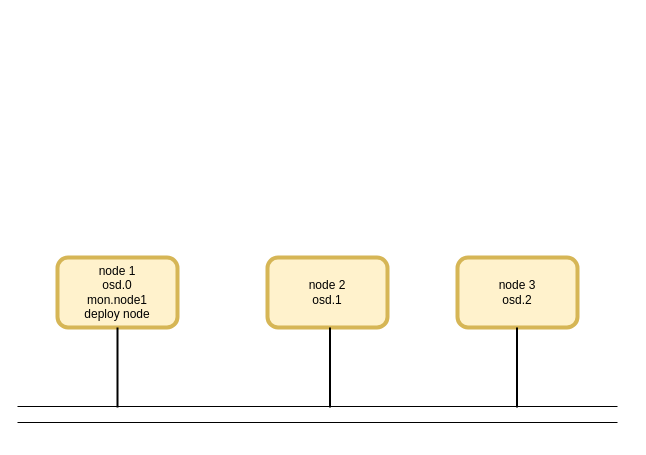
Earlier version of the draw.io diagram images/d1.drawio (hungnt1/CEPH_Research). Source tidied: cells renumbered, new cells numbered last; positions are measured from the earlier drawing's top-left corner, leaving out a move shared by most shapes. Both pictures are drawn from the tidied source at 100%, with x=0, y=0 at pixel (17, 257).
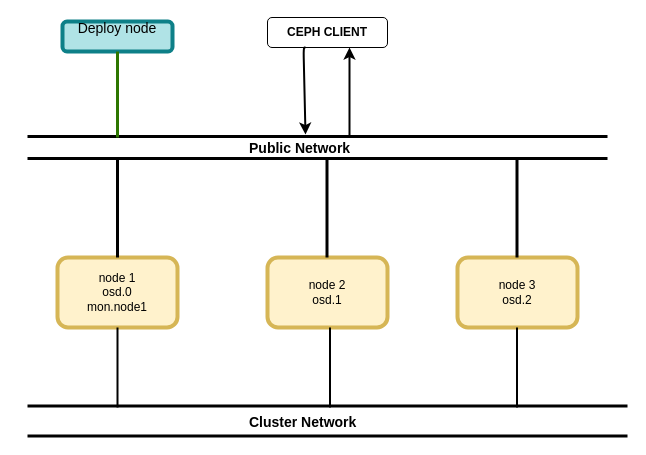
After the change.

Change to the diagram source:
```diff
@@
-    <mxCell id="2" value="&lt;br&gt;&lt;br&gt;node 1&lt;br&gt;osd.0&lt;br&gt;mon.node1&lt;br&gt;deploy node&lt;br&gt;&lt;br&gt;&lt;br&gt;" style="rounded=1;whiteSpace=wrap;html=1;fillColor=#fff2cc;strokeColor=#d6b656;strokeWidth=4;" parent="1" vertex="1">
+    <mxCell id="2" value="node 1&lt;br&gt;osd.0&lt;br&gt;mon.node1&lt;br&gt;" style="rounded=1;whiteSpace=wrap;html=1;fillColor=#fff2cc;strokeColor=#d6b656;strokeWidth=4;" parent="1" vertex="1">
       <mxGeometry x="40" width="120" height="70" as="geometry" />
     </mxCell>
@@
-    <mxCell id="5" style="shape=link;html=1;width=16;" parent="1" edge="1">
+    <mxCell id="5" style="shape=link;html=1;width=28;strokeWidth=3;" parent="1" edge="1">
       <mxGeometry relative="1" as="geometry">
-        <mxPoint y="157" as="sourcePoint" />
-        <mxPoint x="600" y="157" as="targetPoint" />
+        <mxPoint x="10" y="163.5" as="sourcePoint" />
+        <mxPoint x="610" y="163.5" as="targetPoint" />
       </mxGeometry>
     </mxCell>
@@
+    <mxCell id="9" value="&lt;b&gt;&lt;font style=&quot;font-size: 14px&quot;&gt;Cluster Network&lt;/font&gt;&lt;/b&gt;" style="text;html=1;align=left;verticalAlign=top;spacingTop=-4;" parent="1" vertex="1">
+      <mxGeometry x="230" y="154" width="120" height="20" as="geometry" />
+    </mxCell>
+    <mxCell id="10" style="shape=link;html=1;strokeWidth=3;width=20;" parent="1" edge="1">
+      <mxGeometry relative="1" as="geometry">
+        <mxPoint x="10" y="-110" as="sourcePoint" />
+        <mxPoint x="590" y="-110" as="targetPoint" />
+      </mxGeometry>
+    </mxCell>
+    <mxCell id="11" value="&lt;b style=&quot;font-size: 14px&quot;&gt;Public Network&lt;br&gt;&lt;/b&gt;&lt;br&gt;" style="text;html=1;align=left;verticalAlign=top;spacingTop=-4;" parent="1" vertex="1">
+      <mxGeometry x="230" y="-120" width="120" height="30" as="geometry" />
+    </mxCell>
+    <mxCell id="12" style="endArrow=none;html=1;strokeWidth=3;" parent="1" edge="1" source="2">
+      <mxGeometry relative="1" as="geometry">
+        <mxPoint x="100" y="-100" as="targetPoint" />
+      </mxGeometry>
+    </mxCell>
+    <mxCell id="13" style="endArrow=none;html=1;strokeWidth=3;" parent="1" edge="1">
+      <mxGeometry relative="1" as="geometry">
+        <mxPoint x="309.5" as="sourcePoint" />
+        <mxPoint x="309.5" y="-100" as="targetPoint" />
+      </mxGeometry>
+    </mxCell>
+    <mxCell id="14" style="endArrow=none;html=1;strokeWidth=3;" parent="1" edge="1">
+      <mxGeometry relative="1" as="geometry">
+        <mxPoint x="499.5" as="sourcePoint" />
+        <mxPoint x="499.5" y="-100" as="targetPoint" />
+      </mxGeometry>
+    </mxCell>
+    <mxCell id="15" value="&lt;b&gt;CEPH CLIENT&lt;/b&gt;" style="rounded=1;whiteSpace=wrap;html=1;" parent="1" vertex="1">
+      <mxGeometry x="250" y="-240" width="120" height="30" as="geometry" />
+    </mxCell>
+    <mxCell id="16" style="endArrow=classic;html=1;strokeWidth=2;entryX=0.6;entryY=-0.1;entryDx=0;entryDy=0;entryPerimeter=0;" parent="1" edge="1">
+      <mxGeometry relative="1" as="geometry">
+        <mxPoint x="288" y="-210" as="sourcePoint" />
+        <mxPoint x="288" y="-123" as="targetPoint" />
+        <Array as="points">
+          <mxPoint x="286" y="-210" />
+        </Array>
+      </mxGeometry>
+    </mxCell>
+    <mxCell id="17" style="endArrow=classic;html=1;strokeWidth=2;" parent="1" edge="1">
+      <mxGeometry relative="1" as="geometry">
+        <mxPoint x="332" y="-120" as="sourcePoint" />
+        <mxPoint x="332" y="-210" as="targetPoint" />
+      </mxGeometry>
+    </mxCell>
+    <mxCell id="18" value="&lt;div style=&quot;text-align: center ; font-size: 14px&quot;&gt;&lt;span&gt;&lt;font style=&quot;font-size: 14px&quot;&gt;Deploy node&lt;/font&gt;&lt;/span&gt;&lt;/div&gt;&lt;div style=&quot;text-align: center ; font-size: 14px&quot;&gt;&lt;br&gt;&lt;/div&gt;" style="rounded=1;whiteSpace=wrap;html=1;fillColor=#b0e3e6;strokeColor=#0e8088;strokeWidth=4;" parent="1" vertex="1">
+      <mxGeometry x="45" y="-236" width="110" height="30" as="geometry" />
+    </mxCell>
+    <mxCell id="19" style="endArrow=none;html=1;strokeWidth=3;fillColor=#60a917;strokeColor=#2D7600;" parent="1" edge="1" target="18">
+      <mxGeometry relative="1" as="geometry">
+        <mxPoint x="100" y="-120" as="sourcePoint" />
+      </mxGeometry>
+    </mxCell>
```
